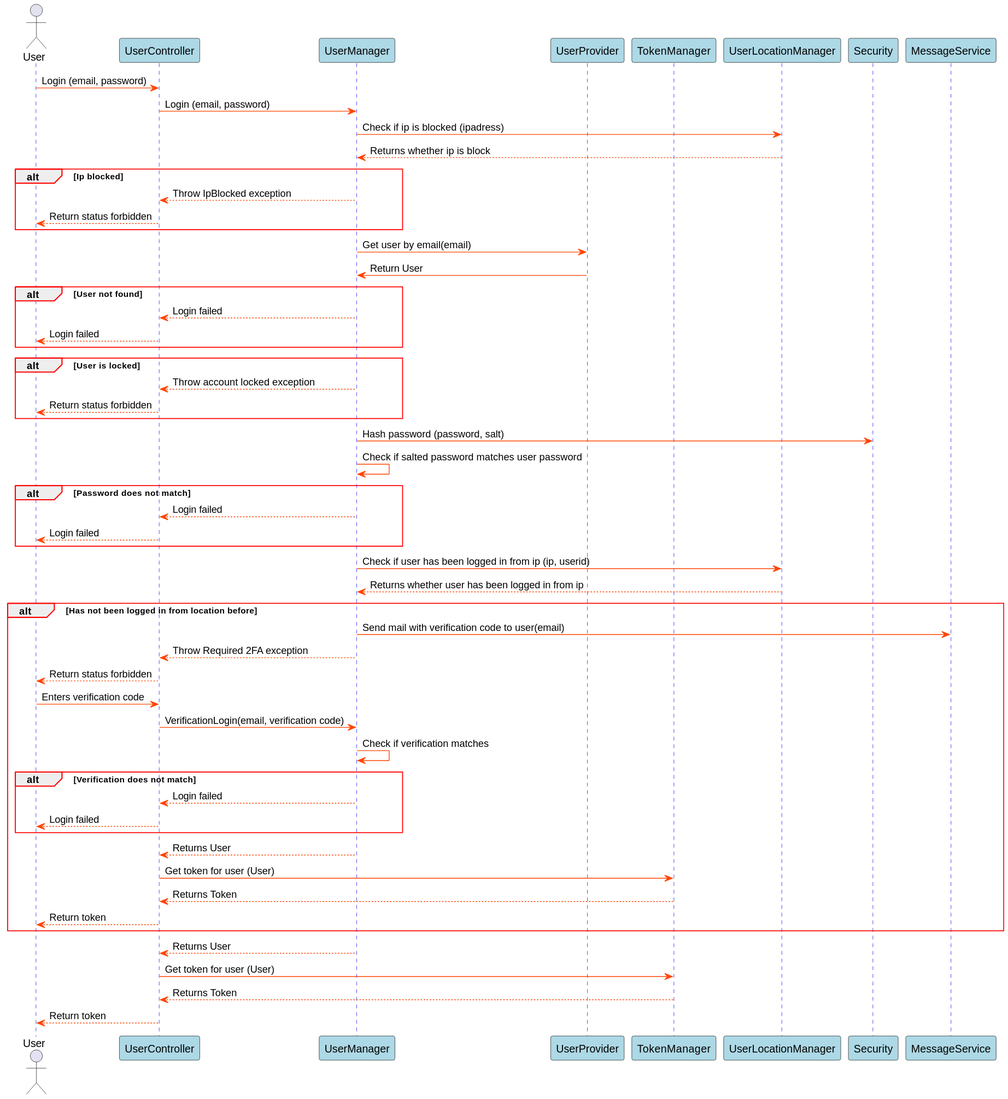
Above: Docs/out/SDDiagrams/LoginSD/Login SD.svg in blackout1471/trust-us-school (PlantUML), before the change.
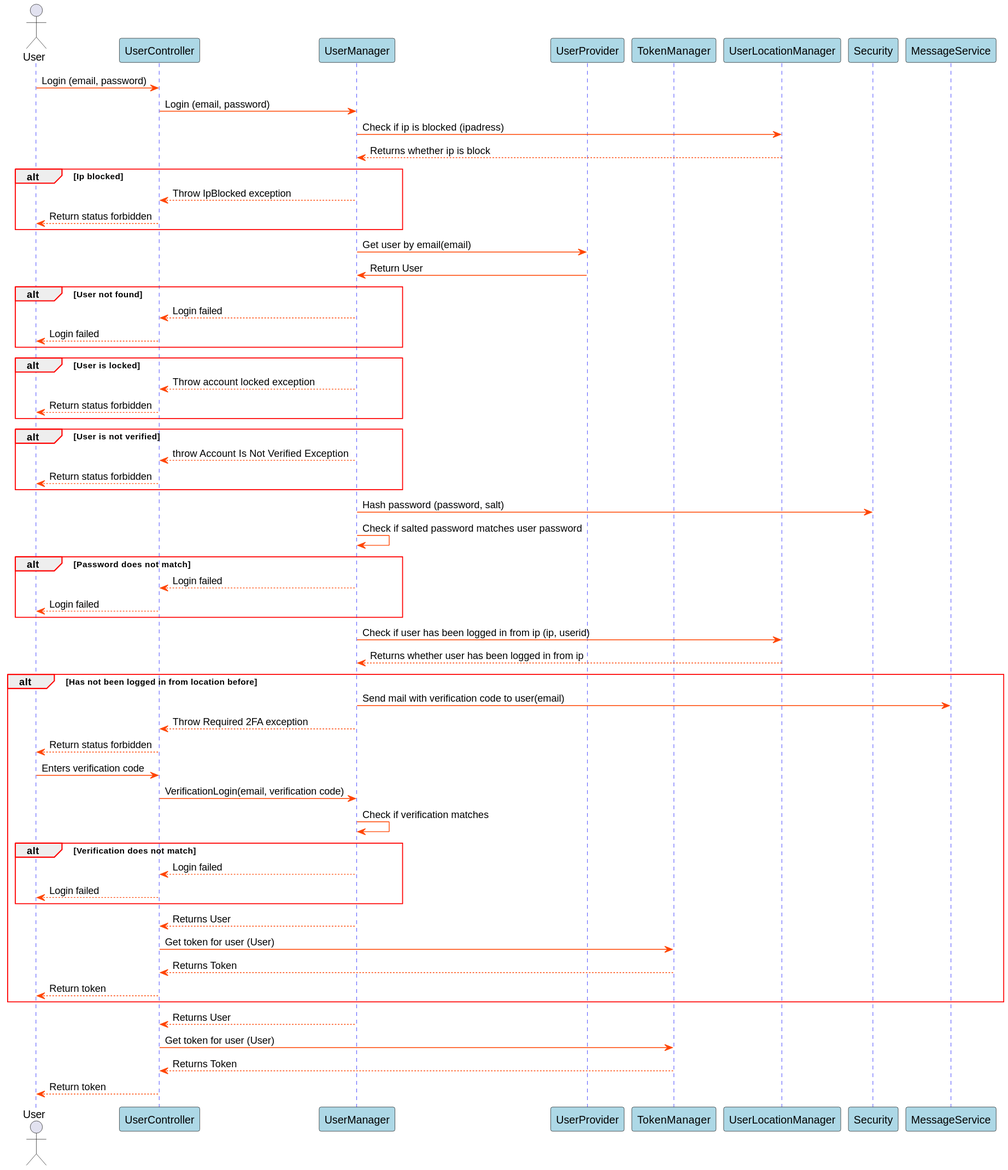
Above is the later version.

The edit, as a diff of the source:
```diff
@@ -47,6 +47,13 @@
 
 end
 
+alt User is not verified
+
+UserManager-->UserController: throw Account Is Not Verified Exception
+UserController-->User: Return status forbidden
+
+end
+
 UserManager->Security: Hash password (password, salt)
 UserManager->UserManager: Check if salted password matches user password
 
```
